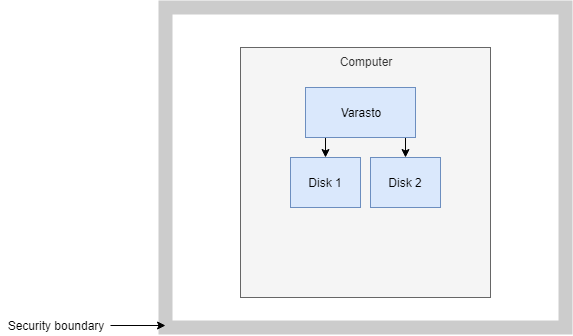
The draw.io diagram docs/guide_ransomware-protection-1pc.png in function61/varasto, before a commit. Source tidied: cells renumbered, new cells last; positions are measured from the earlier drawing's top-left corner, leaving out a move shared by most shapes.
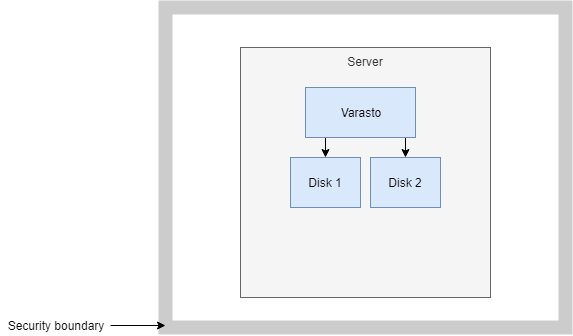
The same file after the commit.

The edit, as a diff of the source:
```diff
@@ -5,7 +5,7 @@
     <mxCell id="2" style="rounded=0;whiteSpace=wrap;html=1;strokeColor=#CCCCCC;strokeWidth=14;fillColor=none;" parent="1" vertex="1">
       <mxGeometry x="165" width="400" height="320" as="geometry" />
     </mxCell>
-    <mxCell id="3" value="Computer" style="rounded=0;whiteSpace=wrap;html=1;strokeColor=#666666;strokeWidth=1;fillColor=#f5f5f5;verticalAlign=top;fontColor=#333333;" parent="1" vertex="1">
+    <mxCell id="3" value="Server" style="rounded=0;whiteSpace=wrap;html=1;strokeColor=#666666;strokeWidth=1;fillColor=#f5f5f5;verticalAlign=top;fontColor=#333333;" parent="1" vertex="1">
       <mxGeometry x="240" y="40" width="250" height="250" as="geometry" />
     </mxCell>
     <mxCell id="4" value="Disk 1" style="rounded=0;whiteSpace=wrap;html=1;strokeColor=#6c8ebf;strokeWidth=1;fillColor=#dae8fc;" parent="1" vertex="1">
```
